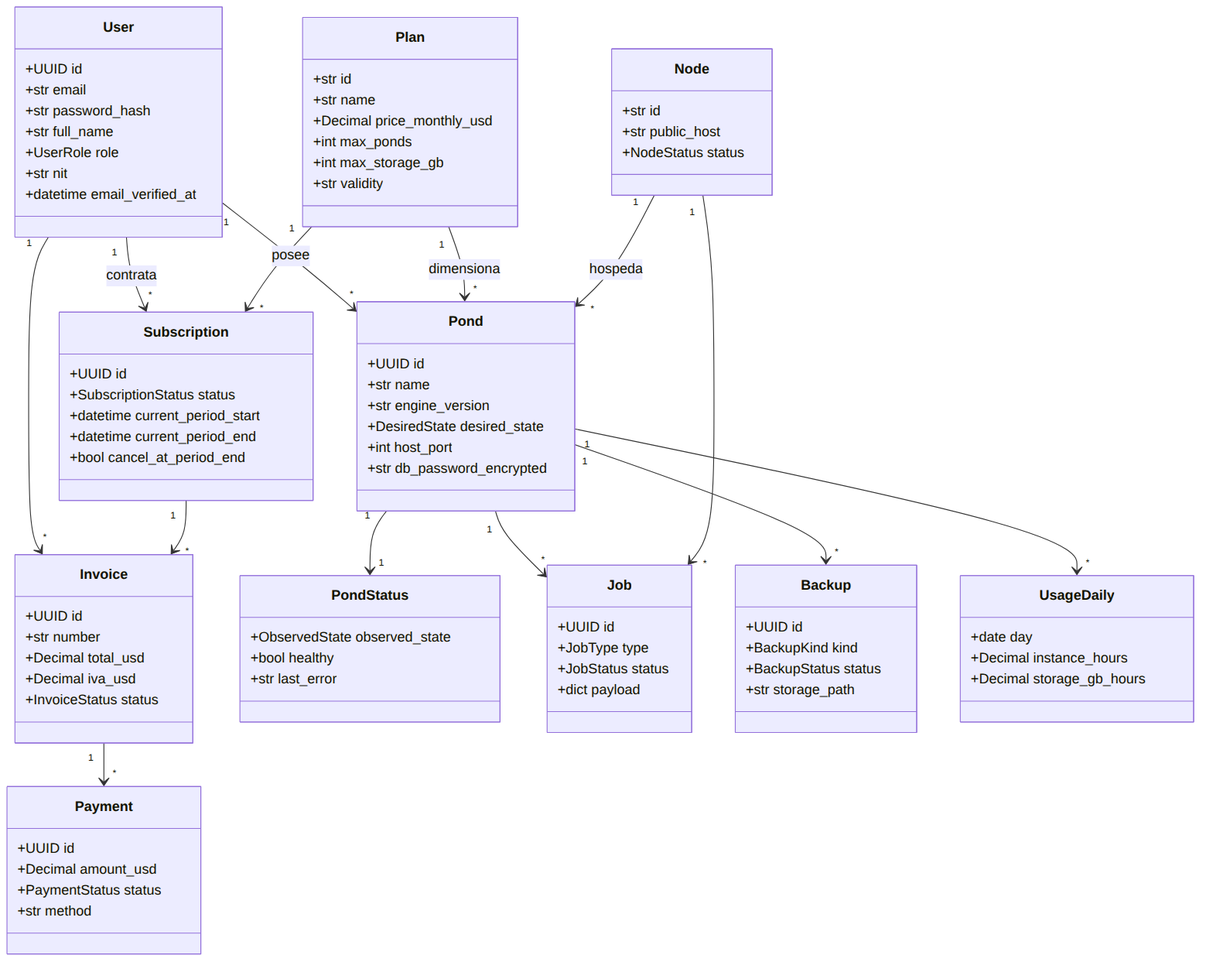
Above: renders/05-clases-dominio.png in carloshugoeg/koicloud-entrega-2 (Mermaid), before the change. Its source is kept beside it as diagramas/05-clases-dominio.mmd.
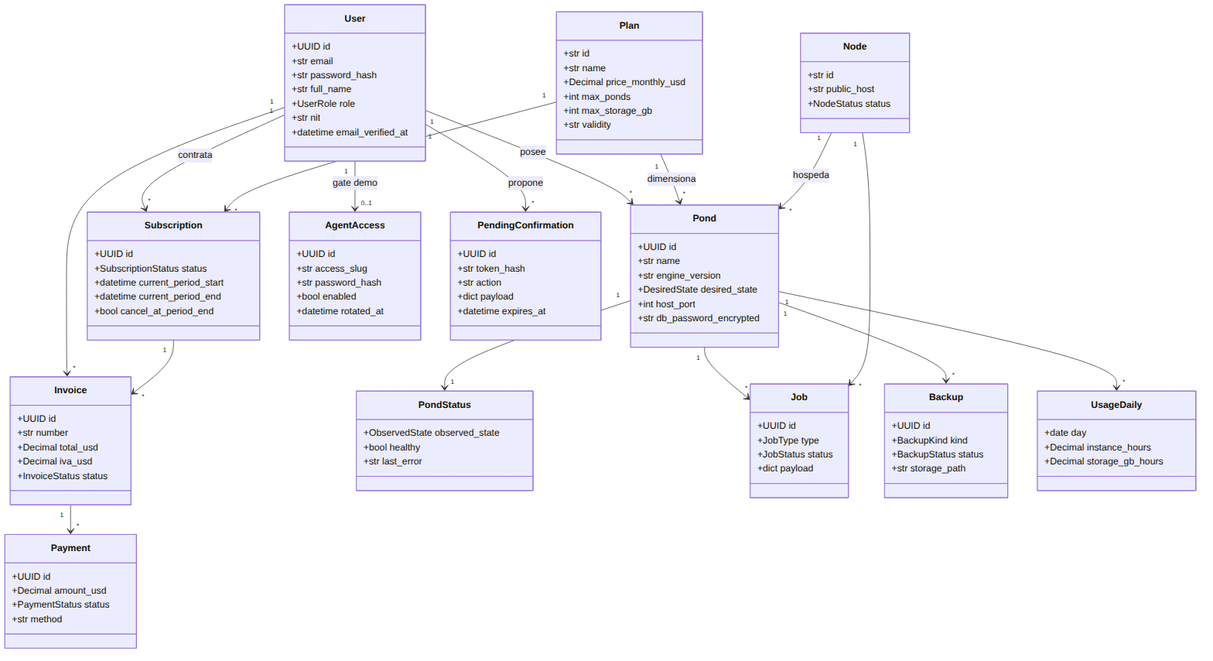
Later version of the same file.

Change to the diagram source:
```diff
@@ -71,6 +71,20 @@
         +Decimal instance_hours
         +Decimal storage_gb_hours
     }
+    class AgentAccess {
+        +UUID id
+        +str access_slug
+        +str password_hash
+        +bool enabled
+        +datetime rotated_at
+    }
+    class PendingConfirmation {
+        +UUID id
+        +str token_hash
+        +str action
+        +dict payload
+        +datetime expires_at
+    }
 
     User "1" --> "*" Subscription : contrata
     Plan "1" --> "*" Subscription
@@ -85,3 +99,5 @@
     Pond "1" --> "*" Backup
     Pond "1" --> "*" UsageDaily
     Node "1" --> "*" Job
+    User "1" --> "0..1" AgentAccess : gate demo
+    User "1" --> "*" PendingConfirmation : propone
```
